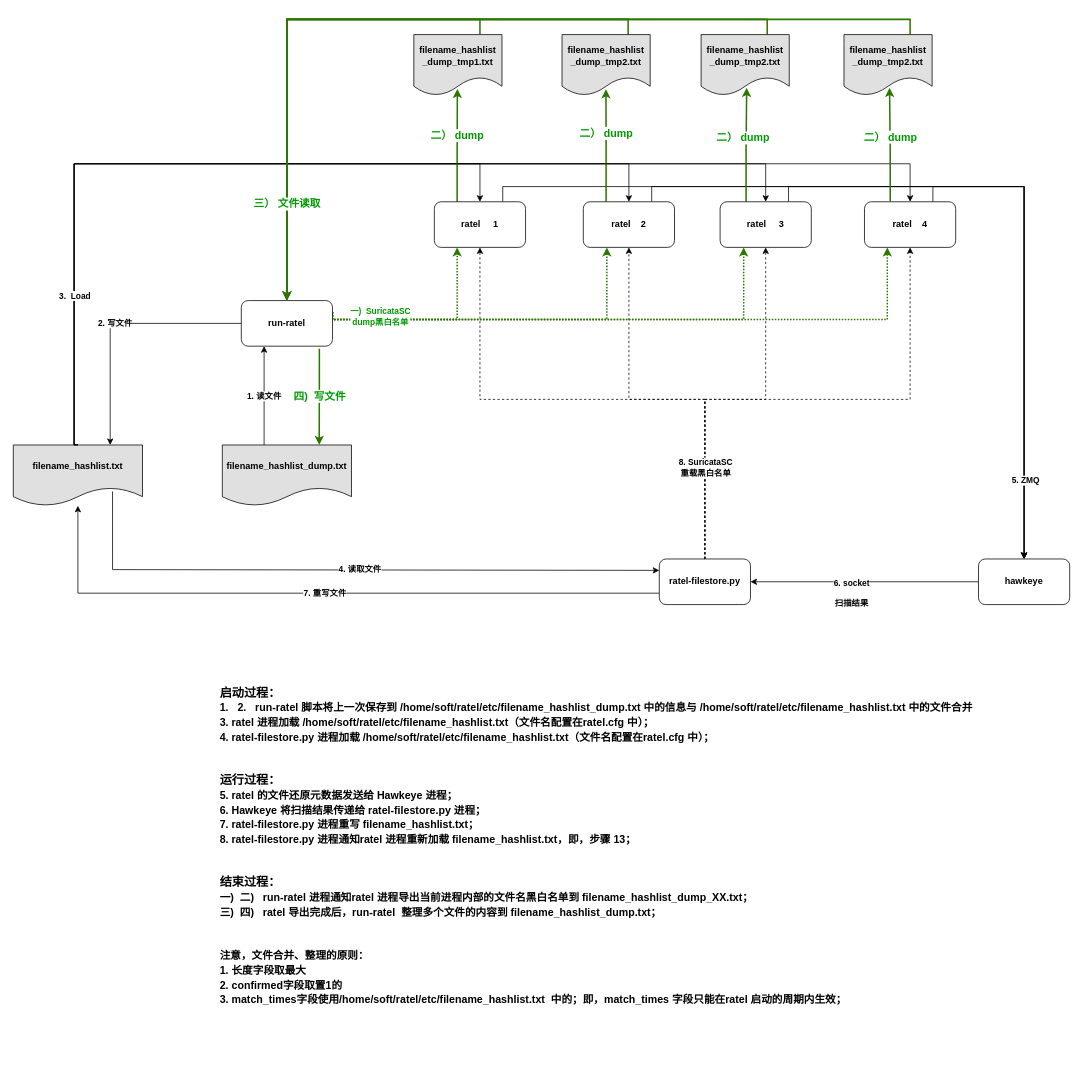
The draw.io diagram page "第 2 页" (2 of 2) of 文件名白名单.drawio in HelloError92/draw.io-files, before the edit. Source tidied: cells renumbered, new cells numbered last; positions are measured from the earlier drawing's top-left corner, leaving out a move shared by most shapes. Both pictures are drawn from the tidied source at 76%, with x=0, y=0 at pixel (13, 19).
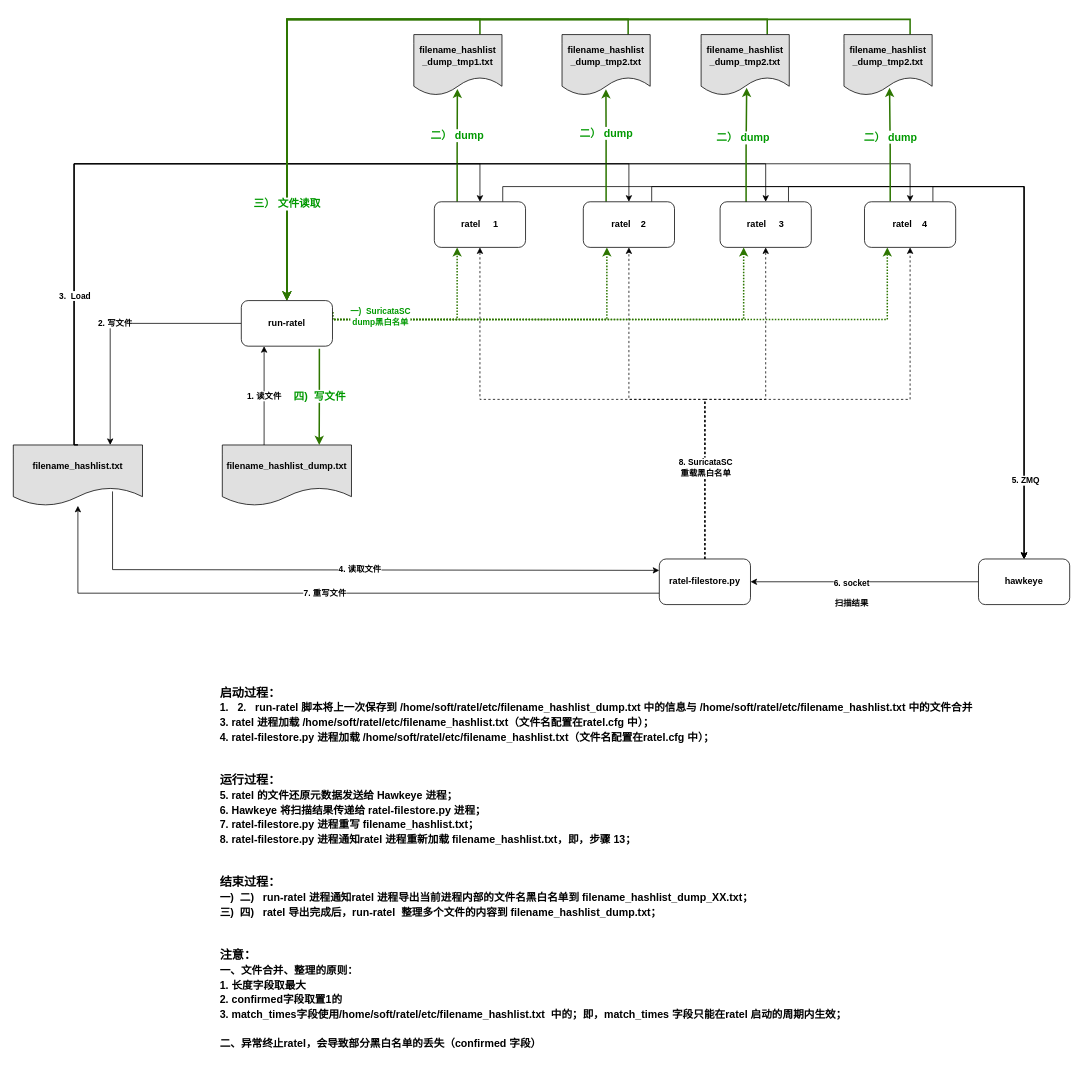
The same diagram, later.

Commit message:
更新文件名白名单.drawio

Change to the diagram source:
```diff
@@
-    <mxCell id="41" value="启动过程：&lt;br style=&quot;font-size: 16px&quot;&gt;&lt;font style=&quot;font-size: 14px&quot;&gt;1.&amp;nbsp; &amp;nbsp;2.&amp;nbsp; &amp;nbsp;run-ratel 脚本将上一次保存到&amp;nbsp;/home/soft/ratel/etc/filename_hashlist_dump.txt 中的信息与 /home/soft/ratel/etc/filename_hashlist.txt 中的文件合并&lt;br&gt;3. ratel 进程加载&amp;nbsp;/home/soft/ratel/etc/filename_hashlist.txt（文件名配置在ratel.cfg 中）；&lt;br&gt;4. ratel-filestore.py 进程加载&amp;nbsp;/home/soft/ratel/etc/filename_hashlist.txt（文件名配置在ratel.cfg 中）；&lt;br&gt;&lt;/font&gt;&lt;br&gt;&lt;br&gt;运行过程：&lt;br&gt;&lt;font style=&quot;font-size: 14px&quot;&gt;5. ratel 的文件还原元数据发送给 Hawkeye 进程；&lt;br&gt;6. Hawkeye 将扫描结果传递给&amp;nbsp;ratel-filestore.py 进程；&lt;br&gt;7.&amp;nbsp;ratel-filestore.py 进程重写 filename_hashlist.txt；&lt;br&gt;8. ratel-filestore.py 进程通知ratel 进程重新加载 filename_hashlist.txt，即，步骤 13；&lt;/font&gt;&lt;br&gt;&lt;br&gt;&lt;br&gt;结束过程：&lt;br style=&quot;font-size: 15px&quot;&gt;&lt;span style=&quot;font-size: 14px&quot;&gt;一)&amp;nbsp; 二)&amp;nbsp; &amp;nbsp;&lt;/span&gt;&lt;span style=&quot;font-size: 14px&quot;&gt;run-ratel 进程通知ratel 进程导出当前进程内部的文件名黑白名单到 filename_hashlist_dump_XX.txt；&lt;/span&gt;&lt;span style=&quot;font-size: 14px&quot;&gt;&lt;br&gt;&lt;/span&gt;&lt;font style=&quot;font-size: 14px&quot;&gt;三)&amp;nbsp; 四)&amp;nbsp;&amp;nbsp; ratel 导出完成后，run-ratel&amp;nbsp;&amp;nbsp;整理多个文件的内容到&amp;nbsp;filename_hashlist_dump.txt；&lt;br&gt;&lt;br&gt;&lt;br&gt;注意，文件合并、整理的原则：&lt;br&gt;1. 长度字段取最大&lt;br&gt;2. confirmed字段取置1的&lt;br&gt;3. match_times字段使用/home/soft/ratel/etc/filename_hashlist.txt&amp;nbsp; 中的；即，match_times 字段只能在ratel 启动的周期内生效；&lt;br&gt;&lt;/font&gt;" style="text;html=1;strokeColor=none;fillColor=none;align=left;verticalAlign=top;whiteSpace=wrap;rounded=0;fontColor=#000000;fontSize=16;fontStyle=1;" parent="1" vertex="1">
+    <mxCell id="41" value="启动过程：&lt;br style=&quot;font-size: 16px&quot;&gt;&lt;font style=&quot;font-size: 14px&quot;&gt;1.&amp;nbsp; &amp;nbsp;2.&amp;nbsp; &amp;nbsp;run-ratel 脚本将上一次保存到&amp;nbsp;/home/soft/ratel/etc/filename_hashlist_dump.txt 中的信息与 /home/soft/ratel/etc/filename_hashlist.txt 中的文件合并&lt;br&gt;3. ratel 进程加载&amp;nbsp;/home/soft/ratel/etc/filename_hashlist.txt（文件名配置在ratel.cfg 中）；&lt;br&gt;4. ratel-filestore.py 进程加载&amp;nbsp;/home/soft/ratel/etc/filename_hashlist.txt（文件名配置在ratel.cfg 中）；&lt;br&gt;&lt;/font&gt;&lt;br&gt;&lt;br&gt;运行过程：&lt;br&gt;&lt;font style=&quot;font-size: 14px&quot;&gt;5. ratel 的文件还原元数据发送给 Hawkeye 进程；&lt;br&gt;6. Hawkeye 将扫描结果传递给&amp;nbsp;ratel-filestore.py 进程；&lt;br&gt;7.&amp;nbsp;ratel-filestore.py 进程重写 filename_hashlist.txt；&lt;br&gt;8. ratel-filestore.py 进程通知ratel 进程重新加载 filename_hashlist.txt，即，步骤 13；&lt;/font&gt;&lt;br&gt;&lt;br&gt;&lt;br&gt;结束过程：&lt;br style=&quot;font-size: 15px&quot;&gt;&lt;span style=&quot;font-size: 14px&quot;&gt;一)&amp;nbsp; 二)&amp;nbsp; &amp;nbsp;&lt;/span&gt;&lt;span style=&quot;font-size: 14px&quot;&gt;run-ratel 进程通知ratel 进程导出当前进程内部的文件名黑白名单到 filename_hashlist_dump_XX.txt；&lt;/span&gt;&lt;span style=&quot;font-size: 14px&quot;&gt;&lt;br&gt;&lt;/span&gt;&lt;font&gt;&lt;span style=&quot;font-size: 14px&quot;&gt;三)&amp;nbsp; 四)&amp;nbsp;&amp;nbsp; ratel 导出完成后，run-ratel&amp;nbsp;&amp;nbsp;整理多个文件的内容到&amp;nbsp;filename_hashlist_dump.txt；&lt;/span&gt;&lt;br&gt;&lt;br&gt;&lt;br&gt;&lt;font style=&quot;font-size: 16px&quot;&gt;注意：&lt;/font&gt;&lt;br&gt;&lt;span style=&quot;font-size: 14px&quot;&gt;一、文件合并、整理的原则：&lt;/span&gt;&lt;br&gt;&lt;span style=&quot;font-size: 14px&quot;&gt;1. 长度字段取最大&lt;/span&gt;&lt;br&gt;&lt;span style=&quot;font-size: 14px&quot;&gt;2. confirmed字段取置1的&lt;/span&gt;&lt;br&gt;&lt;span style=&quot;font-size: 14px&quot;&gt;3. match_times字段使用/home/soft/ratel/etc/filename_hashlist.txt&amp;nbsp; 中的；即，match_times 字段只能在ratel 启动的周期内生效；&lt;/span&gt;&lt;br&gt;&lt;br&gt;&lt;span style=&quot;font-size: 14px&quot;&gt;二、异常终止ratel，会导致部分黑白名单的丢失（confirmed 字段）&lt;/span&gt;&lt;br&gt;&lt;/font&gt;" style="text;html=1;strokeColor=none;fillColor=none;align=left;verticalAlign=top;whiteSpace=wrap;rounded=0;fontColor=#000000;fontSize=16;fontStyle=1;" parent="1" vertex="1">
       <mxGeometry x="270" y="870" width="1094" height="520" as="geometry" />
     </mxCell>
```
